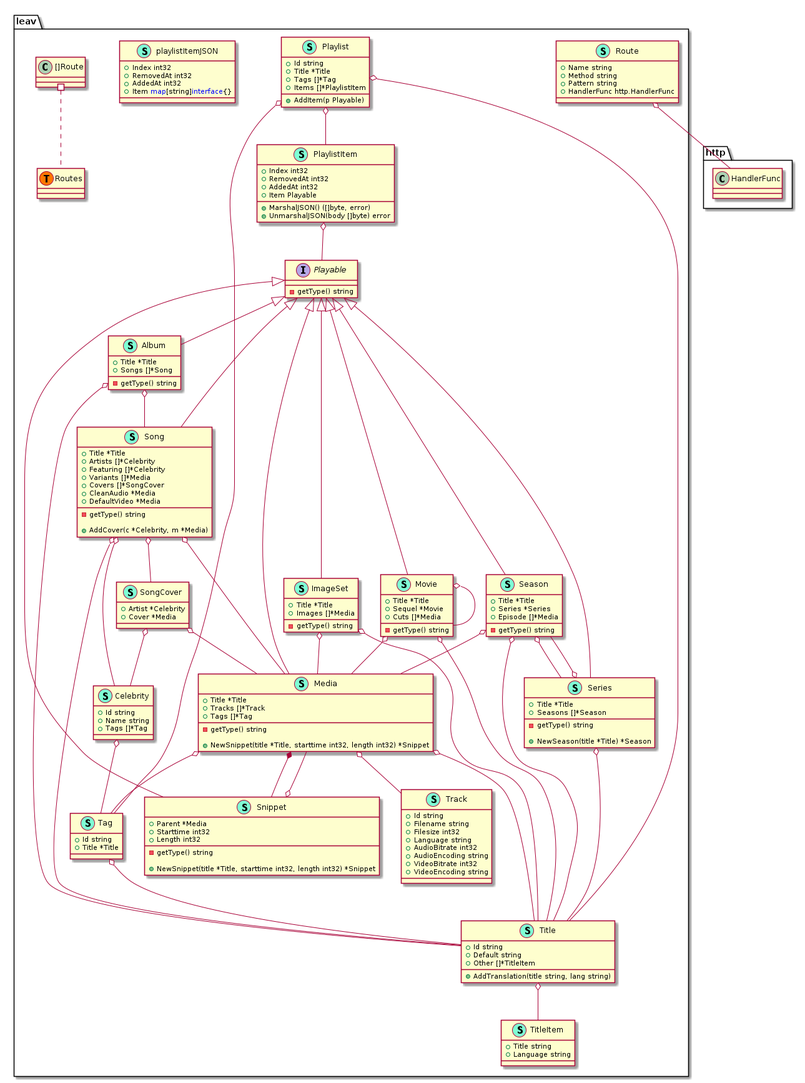
lea-video/backend keeps this PlantUML diagram as api/uml_diagram.png. Above is the earlier version.
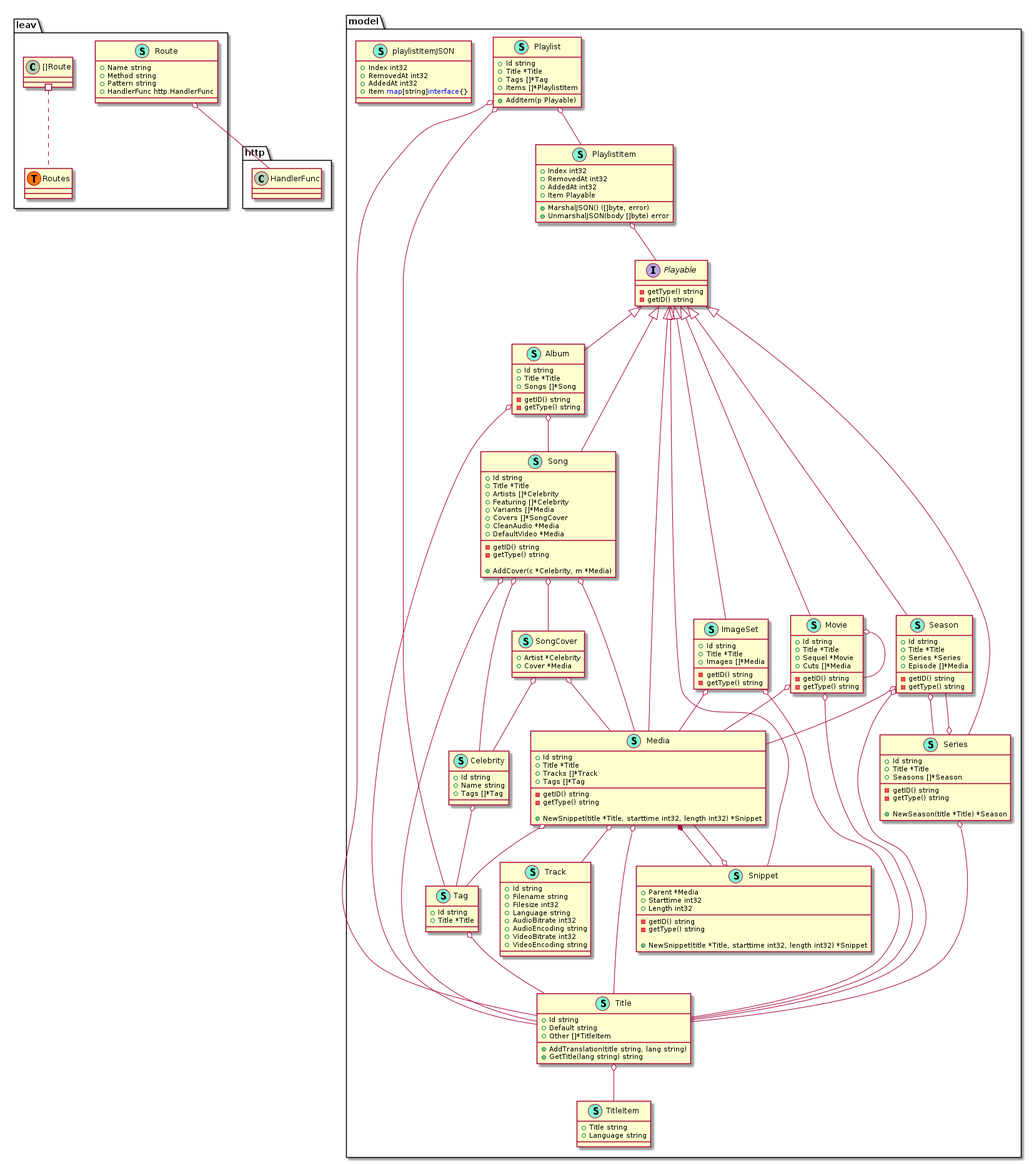
The same file after the commit.

Commit message:
Update UML-Diagram

Change to the diagram source:
```diff
@@ -1,9 +1,26 @@
 @startuml
 namespace leav {
+    class Route << (S,Aquamarine) >> {
+        + Name string
+        + Method string
+        + Pattern string
+        + HandlerFunc http.HandlerFunc
+
+    }
+    class leav.Routes << (T, #FF7700) >>  {
+    }
+}
+
+
+"leav.Route" o-- "http.HandlerFunc"
+
+namespace model {
     class Album << (S,Aquamarine) >> {
+        + Id string
         + Title *Title
         + Songs []*Song
 
+        - getID() string
         - getType() string
 
     }
@@ -14,32 +31,39 @@
 
     }
     class ImageSet << (S,Aquamarine) >> {
+        + Id string
         + Title *Title
         + Images []*Media
 
+        - getID() string
         - getType() string
 
     }
     class Media << (S,Aquamarine) >> {
+        + Id string
         + Title *Title
         + Tracks []*Track
         + Tags []*Tag
 
+        - getID() string
         - getType() string
 
         + NewSnippet(title *Title, starttime int32, length int32) *Snippet
 
     }
     class Movie << (S,Aquamarine) >> {
+        + Id string
         + Title *Title
         + Sequel *Movie
         + Cuts []*Media
 
+        - getID() string
         - getType() string
 
     }
     interface Playable  {
         - getType() string
+        - getID() string
 
     }
     class Playlist << (S,Aquamarine) >> {
@@ -61,25 +85,22 @@
         + UnmarshalJSON(body []byte) error
 
     }
-    class Route << (S,Aquamarine) >> {
-        + Name string
-        + Method string
-        + Pattern string
-        + HandlerFunc http.HandlerFunc
-
-    }
     class Season << (S,Aquamarine) >> {
+        + Id string
         + Title *Title
         + Series *Series
         + Episode []*Media
 
+        - getID() string
         - getType() string
 
     }
     class Series << (S,Aquamarine) >> {
+        + Id string
         + Title *Title
         + Seasons []*Season
 
+        - getID() string
         - getType() string
 
         + NewSeason(title *Title) *Season
@@ -90,12 +111,14 @@
         + Starttime int32
         + Length int32
 
+        - getID() string
         - getType() string
 
         + NewSnippet(title *Title, starttime int32, length int32) *Snippet
 
     }
     class Song << (S,Aquamarine) >> {
+        + Id string
         + Title *Title
         + Artists []*Celebrity
         + Featuring []*Celebrity
@@ -104,6 +127,7 @@
         + CleanAudio *Media
         + DefaultVideo *Media
 
+        - getID() string
         - getType() string
 
         + AddCover(c *Celebrity, m *Media)
@@ -125,6 +149,7 @@
         + Other []*TitleItem
 
         + AddTranslation(title string, lang string)
+        + GetTitle(lang string) string
 
     }
     class TitleItem << (S,Aquamarine) >> {
@@ -143,8 +168,6 @@
         + VideoEncoding string
 
     }
-    class leav.Routes << (T, #FF7700) >>  {
-    }
     class playlistItemJSON << (S,Aquamarine) >> {
         + Index int32
         + RemovedAt int32
@@ -153,47 +176,46 @@
 
     }
 }
-"leav.Media" *-- "leav.Snippet"
+"model.Media" *-- "model.Snippet"
 
-"leav.Playable" <|-- "leav.Album"
-"leav.Playable" <|-- "leav.ImageSet"
-"leav.Playable" <|-- "leav.Media"
-"leav.Playable" <|-- "leav.Movie"
-"leav.Playable" <|-- "leav.Season"
-"leav.Playable" <|-- "leav.Series"
-"leav.Playable" <|-- "leav.Snippet"
-"leav.Playable" <|-- "leav.Song"
+"model.Playable" <|-- "model.Album"
+"model.Playable" <|-- "model.ImageSet"
+"model.Playable" <|-- "model.Media"
+"model.Playable" <|-- "model.Movie"
+"model.Playable" <|-- "model.Season"
+"model.Playable" <|-- "model.Series"
+"model.Playable" <|-- "model.Snippet"
+"model.Playable" <|-- "model.Song"
 
-"leav.Album" o-- "leav.Song"
-"leav.Album" o-- "leav.Title"
-"leav.Celebrity" o-- "leav.Tag"
-"leav.ImageSet" o-- "leav.Media"
-"leav.ImageSet" o-- "leav.Title"
-"leav.Media" o-- "leav.Tag"
-"leav.Media" o-- "leav.Title"
-"leav.Media" o-- "leav.Track"
-"leav.Movie" o-- "leav.Media"
-"leav.Movie" o-- "leav.Movie"
-"leav.Movie" o-- "leav.Title"
-"leav.Playlist" o-- "leav.PlaylistItem"
-"leav.Playlist" o-- "leav.Tag"
-"leav.Playlist" o-- "leav.Title"
-"leav.PlaylistItem" o-- "leav.Playable"
-"leav.Route" o-- "http.HandlerFunc"
-"leav.Season" o-- "leav.Media"
-"leav.Season" o-- "leav.Series"
-"leav.Season" o-- "leav.Title"
-"leav.Series" o-- "leav.Season"
-"leav.Series" o-- "leav.Title"
-"leav.Snippet" o-- "leav.Media"
-"leav.Song" o-- "leav.Celebrity"
-"leav.Song" o-- "leav.Media"
-"leav.Song" o-- "leav.SongCover"
-"leav.Song" o-- "leav.Title"
-"leav.SongCover" o-- "leav.Celebrity"
-"leav.SongCover" o-- "leav.Media"
-"leav.Tag" o-- "leav.Title"
-"leav.Title" o-- "leav.TitleItem"
+"model.Album" o-- "model.Song"
+"model.Album" o-- "model.Title"
+"model.Celebrity" o-- "model.Tag"
+"model.ImageSet" o-- "model.Media"
+"model.ImageSet" o-- "model.Title"
+"model.Media" o-- "model.Tag"
+"model.Media" o-- "model.Title"
+"model.Media" o-- "model.Track"
+"model.Movie" o-- "model.Media"
+"model.Movie" o-- "model.Movie"
+"model.Movie" o-- "model.Title"
+"model.Playlist" o-- "model.PlaylistItem"
+"model.Playlist" o-- "model.Tag"
+"model.Playlist" o-- "model.Title"
+"model.PlaylistItem" o-- "model.Playable"
+"model.Season" o-- "model.Media"
+"model.Season" o-- "model.Series"
+"model.Season" o-- "model.Title"
+"model.Series" o-- "model.Season"
+"model.Series" o-- "model.Title"
+"model.Snippet" o-- "model.Media"
+"model.Song" o-- "model.Celebrity"
+"model.Song" o-- "model.Media"
+"model.Song" o-- "model.SongCover"
+"model.Song" o-- "model.Title"
+"model.SongCover" o-- "model.Celebrity"
+"model.SongCover" o-- "model.Media"
+"model.Tag" o-- "model.Title"
+"model.Title" o-- "model.TitleItem"
 
 "leav.[]Route" #.. "leav.Routes"
 @enduml
```
